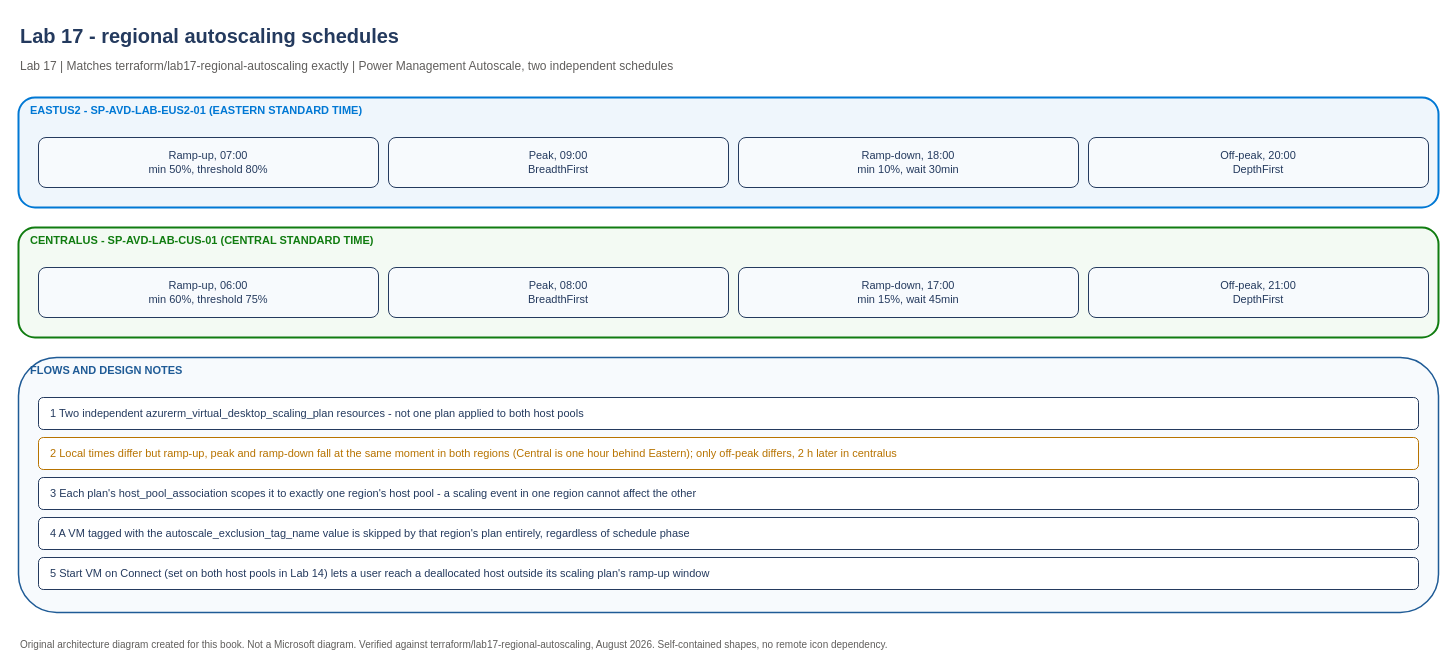
Above: diagrams/architecture/lab17-regional-autoscaling-schedules.drawio in AddySidd27/azure-virtual-desktop-architect (draw.io), before the change. Source tidied: cells renumbered, new cells numbered last; positions are measured from the earlier drawing's top-left corner, leaving out a move shared by most shapes. Both pictures are drawn from the tidied source at 100%, with x=0, y=0 at pixel (18, 17).
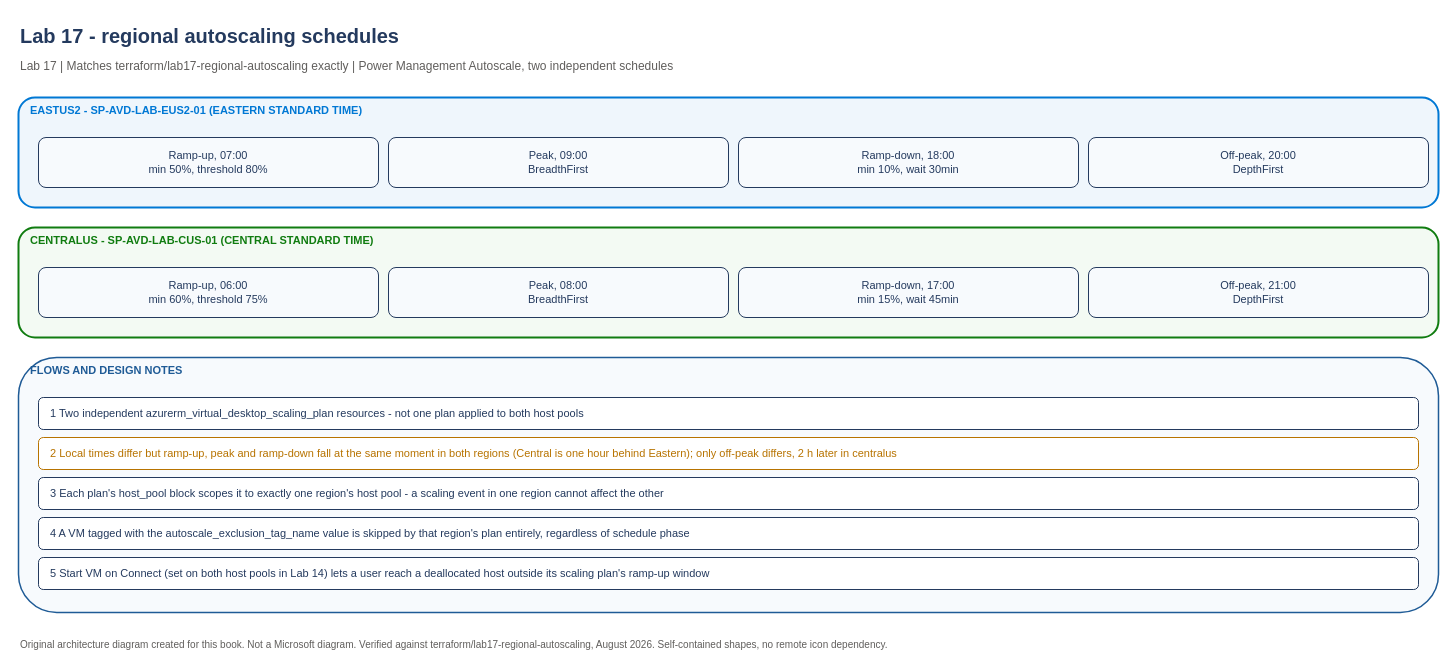
Above is the later version.

Change to the diagram source:
```diff
@@
-    <mxCell id="17" value="3  Each plan's host_pool_association scopes it to exactly one region's host pool - a scaling event in one region cannot affect the other" style="rounded=1;whiteSpace=wrap;html=1;fillColor=#FFFFFF;strokeColor=#243A5E;fontSize=11;fontColor=#243A5E;verticalAlign=middle;align=left;spacingLeft=10;" parent="1" vertex="1">
+    <mxCell id="17" value="3  Each plan's host_pool block scopes it to exactly one region's host pool - a scaling event in one region cannot affect the other" style="rounded=1;whiteSpace=wrap;html=1;fillColor=#FFFFFF;strokeColor=#243A5E;fontSize=11;fontColor=#243A5E;verticalAlign=middle;align=left;spacingLeft=10;" parent="1" vertex="1">
       <mxGeometry x="20" y="460" width="1380" height="32" as="geometry" />
     </mxCell>
```
